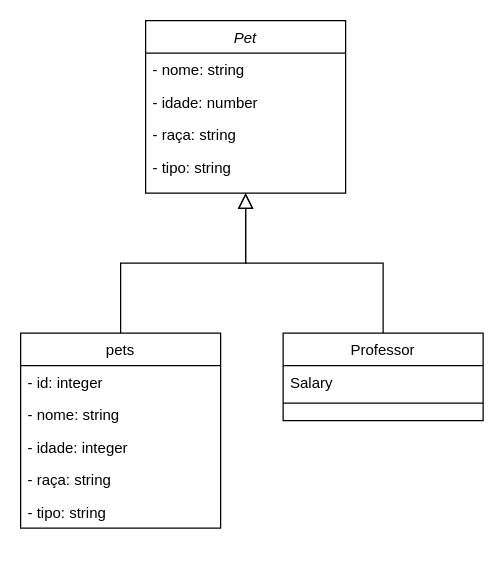
Earlier version of the draw.io diagram Diagrama sem nome.drawio (hcard0so/cadastro-pet). Source tidied: cells renumbered, new cells numbered last; positions are measured from the earlier drawing's top-left corner, leaving out a move shared by most shapes. Both pictures are drawn from the tidied source at 125%, with x=0, y=0 at pixel (20, 20).
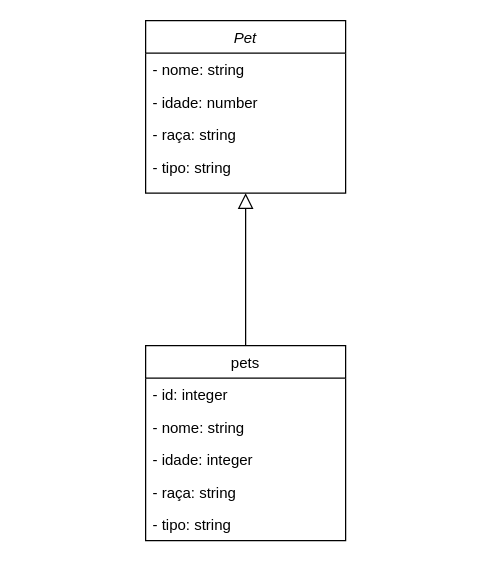
The same diagram, later.

What changed in the source:
```diff
@@
 <mxGraphModel>
   <root>
     <mxCell id="0" />
     <mxCell id="1" parent="0" />
     <mxCell id="2" value="Pet" style="swimlane;fontStyle=2;align=center;verticalAlign=top;horizontal=1;startSize=26;rounded=0;shadow=0;strokeWidth=1;" parent="1" vertex="1">
       <mxGeometry x="100" width="160" height="138" as="geometry" />
     </mxCell>
     <mxCell id="3" value="- nome: string" style="text;align=left;verticalAlign=top;spacingLeft=4;spacingRight=4;overflow=hidden;" parent="2" vertex="1">
       <mxGeometry y="26" width="160" height="26" as="geometry" />
     </mxCell>
     <mxCell id="4" value="- idade: number" style="text;align=left;verticalAlign=top;spacingLeft=4;spacingRight=4;overflow=hidden;rounded=0;shadow=0;html=0;" parent="2" vertex="1">
       <mxGeometry y="52" width="160" height="26" as="geometry" />
     </mxCell>
     <mxCell id="5" value="- raça: string" style="text;align=left;verticalAlign=top;spacingLeft=4;spacingRight=4;overflow=hidden;rounded=0;shadow=0;html=0;" parent="2" vertex="1">
       <mxGeometry y="78" width="160" height="26" as="geometry" />
     </mxCell>
     <mxCell id="6" value="- tipo: string" style="text;align=left;verticalAlign=top;spacingLeft=4;spacingRight=4;overflow=hidden;rounded=0;shadow=0;html=0;" parent="2" vertex="1">
       <mxGeometry y="104" width="160" height="26" as="geometry" />
     </mxCell>
     <mxCell id="7" value="pets" style="swimlane;fontStyle=0;align=center;verticalAlign=top;horizontal=1;startSize=26;rounded=0;shadow=0;strokeWidth=1;" parent="1" vertex="1">
-      <mxGeometry y="250" width="160" height="156" as="geometry" />
+      <mxGeometry x="100" y="260" width="160" height="156" as="geometry" />
     </mxCell>
     <mxCell id="8" value="- id: integer" style="text;align=left;verticalAlign=top;spacingLeft=4;spacingRight=4;overflow=hidden;" parent="7" vertex="1">
       <mxGeometry y="26" width="160" height="26" as="geometry" />
     </mxCell>
     <mxCell id="9" value="- nome: string" style="text;align=left;verticalAlign=top;spacingLeft=4;spacingRight=4;overflow=hidden;rounded=0;shadow=0;html=0;" parent="7" vertex="1">
       <mxGeometry y="52" width="160" height="26" as="geometry" />
     </mxCell>
     <mxCell id="10" value="- idade: integer" style="text;align=left;verticalAlign=top;spacingLeft=4;spacingRight=4;overflow=hidden;rounded=0;shadow=0;html=0;" parent="7" vertex="1">
       <mxGeometry y="78" width="160" height="26" as="geometry" />
     </mxCell>
     <mxCell id="11" value="- raça: string" style="text;align=left;verticalAlign=top;spacingLeft=4;spacingRight=4;overflow=hidden;rounded=0;shadow=0;html=0;" parent="7" vertex="1">
       <mxGeometry y="104" width="160" height="26" as="geometry" />
     </mxCell>
     <mxCell id="12" value="- tipo: string" style="text;align=left;verticalAlign=top;spacingLeft=4;spacingRight=4;overflow=hidden;rounded=0;shadow=0;html=0;" parent="7" vertex="1">
       <mxGeometry y="130" width="160" height="26" as="geometry" />
     </mxCell>
     <mxCell id="13" style="endArrow=block;endSize=10;endFill=0;shadow=0;strokeWidth=1;rounded=0;edgeStyle=elbowEdgeStyle;elbow=vertical;" parent="1" edge="1" source="7" target="2">
       <mxGeometry relative="1" as="geometry" />
     </mxCell>
-    <mxCell id="14" value="Professor" style="swimlane;fontStyle=0;align=center;verticalAlign=top;horizontal=1;startSize=26;rounded=0;shadow=0;strokeWidth=1;" parent="1" vertex="1">
-      <mxGeometry x="210" y="250" width="160" height="70" as="geometry" />
-    </mxCell>
-    <mxCell id="15" value="Salary" style="text;align=left;verticalAlign=top;spacingLeft=4;spacingRight=4;overflow=hidden;" parent="14" vertex="1">
-      <mxGeometry y="26" width="160" height="26" as="geometry" />
-    </mxCell>
-    <mxCell id="16" style="line;html=1;strokeWidth=1;align=left;verticalAlign=middle;spacingTop=-1;spacingLeft=3;spacingRight=3;labelPosition=right;" parent="14" vertex="1">
-      <mxGeometry y="52" width="160" height="8" as="geometry" />
-    </mxCell>
-    <mxCell id="17" style="endArrow=block;endSize=10;endFill=0;shadow=0;strokeWidth=1;rounded=0;edgeStyle=elbowEdgeStyle;elbow=vertical;" parent="1" edge="1" source="14" target="2">
-      <mxGeometry relative="1" as="geometry" />
-    </mxCell>
   </root>
 </mxGraphModel>
```
